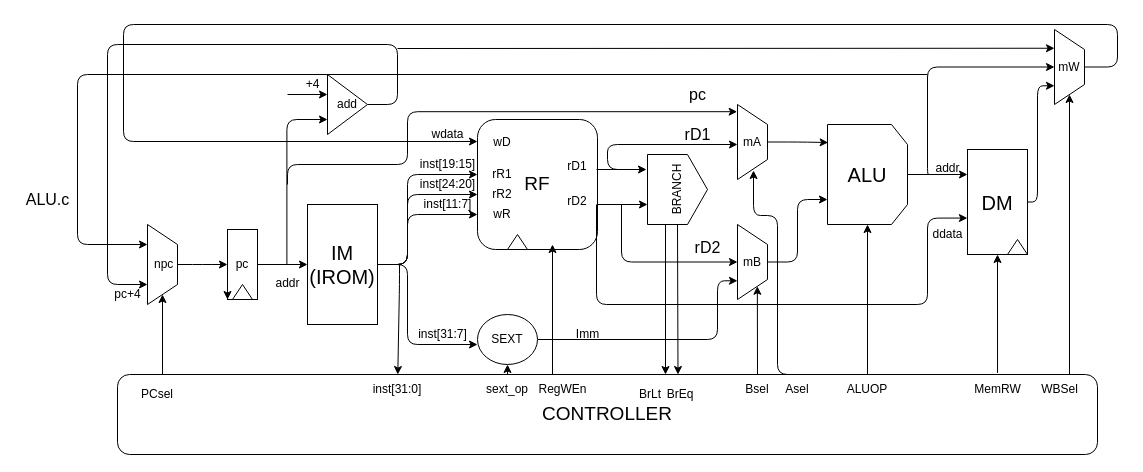
Above: cu/cpu1/ID.drawio in Wu-Fisher/cs_riscv_exp (draw.io), before the change. Source tidied: cells renumbered, new cells numbered last; positions are measured from the earlier drawing's top-left corner, leaving out a move shared by most shapes. Both pictures are drawn from the tidied source at 100%, with x=0, y=0 at pixel (17, 24).
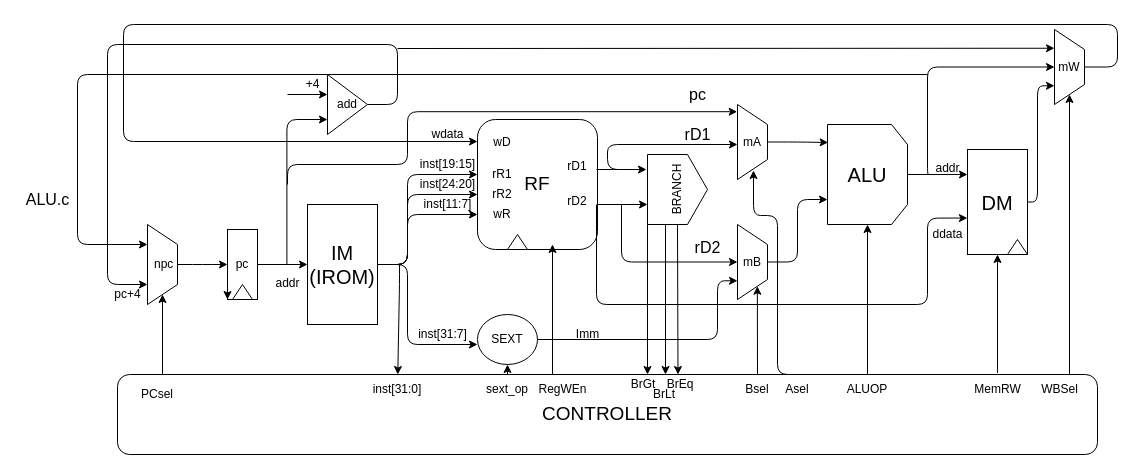
After the change.

Diff of the diagram source:
```diff
@@
     <mxCell id="45" value="BrLt" style="text;html=1;strokeColor=none;fillColor=none;align=center;verticalAlign=middle;whiteSpace=wrap;rounded=0;fontSize=12;" parent="1" vertex="1">
-      <mxGeometry x="610" y="360" width="46" height="20" as="geometry" />
+      <mxGeometry x="624" y="360" width="46" height="20" as="geometry" />
     </mxCell>
     <mxCell id="46" value="BrEq" style="text;html=1;strokeColor=none;fillColor=none;align=center;verticalAlign=middle;whiteSpace=wrap;rounded=0;fontSize=12;" parent="1" vertex="1">
-      <mxGeometry x="640" y="360" width="46" height="20" as="geometry" />
+      <mxGeometry x="640" y="350" width="46" height="20" as="geometry" />
     </mxCell>
@@
+    <mxCell id="86" style="endArrow=classic;html=1;fontSize=12;entryX=0.5;entryY=0;entryDx=0;entryDy=0;" parent="1" edge="1">
+      <mxGeometry relative="1" as="geometry">
+        <mxPoint x="630" y="200" as="sourcePoint" />
+        <mxPoint x="630" y="350" as="targetPoint" />
+      </mxGeometry>
+    </mxCell>
+    <mxCell id="87" value="BrGt" style="text;html=1;strokeColor=none;fillColor=none;align=center;verticalAlign=middle;whiteSpace=wrap;rounded=0;fontSize=12;" parent="1" vertex="1">
+      <mxGeometry x="603" y="350" width="46" height="20" as="geometry" />
+    </mxCell>
```
